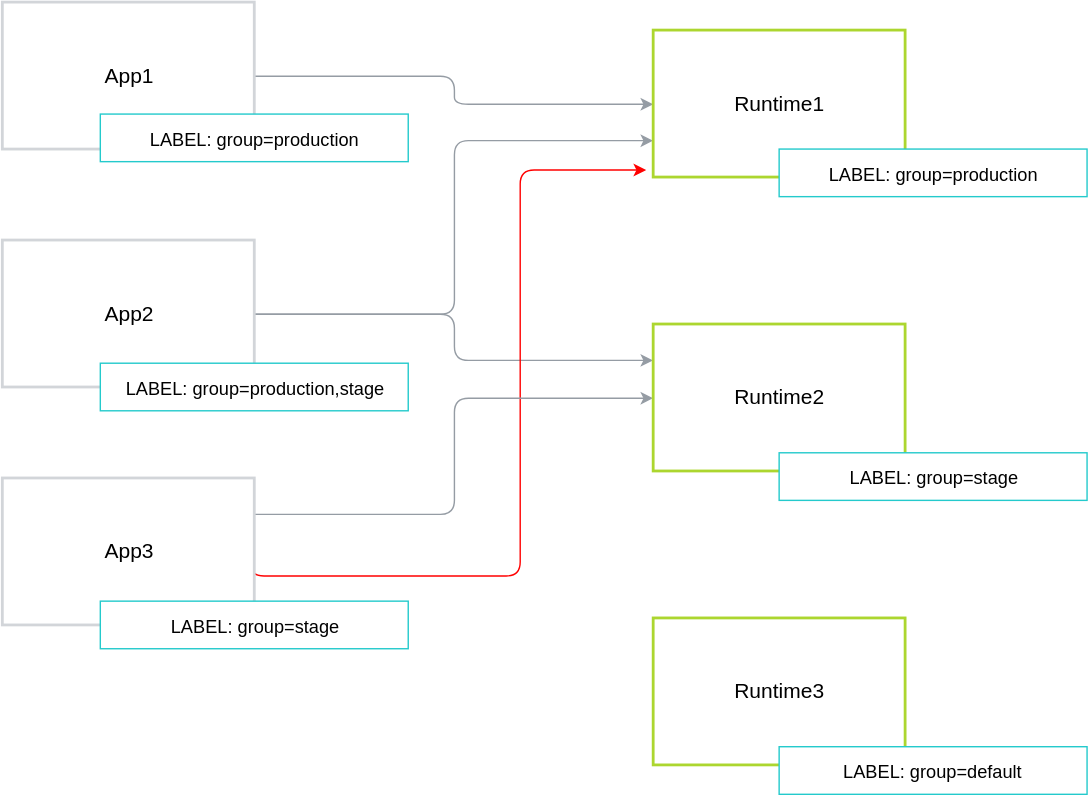
Earlier version of the draw.io export docs/architecture/assets/grouping.svg (kyma-incubator/compass). Source tidied: cells renumbered, new cells last; positions are measured from the earlier drawing's top-left corner, leaving out a move shared by most shapes.
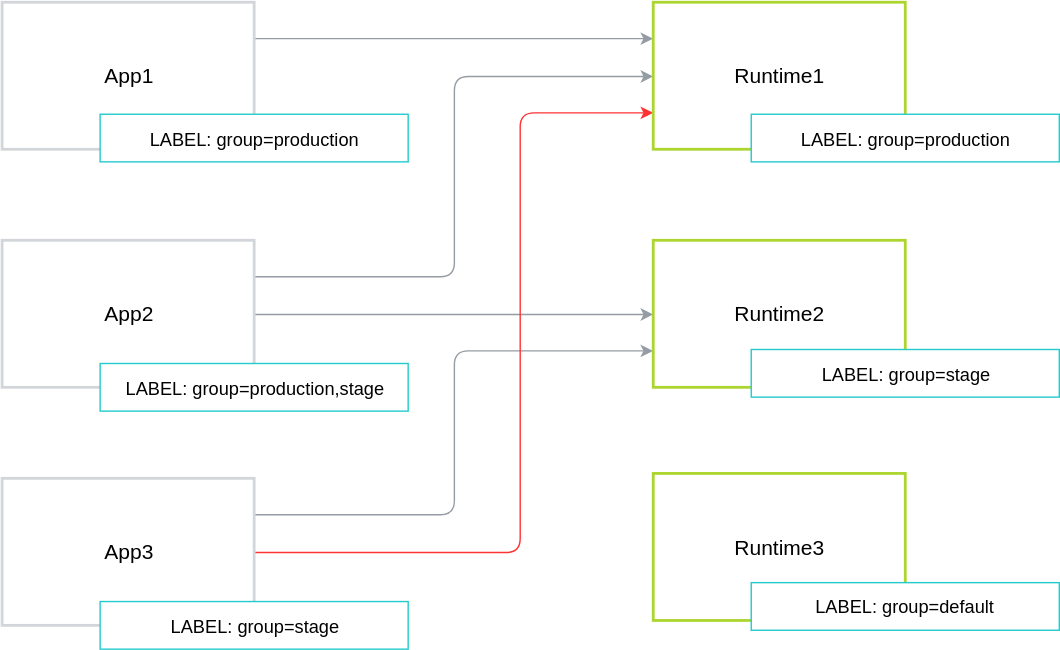
The same file after the commit.

The edit, as a diff of the source:
```diff
@@ -2,43 +2,40 @@
   <root>
     <mxCell id="0" />
     <mxCell id="1" parent="0" />
-    <mxCell id="2" style="edgeStyle=orthogonalEdgeStyle;rounded=1;jettySize=auto;html=1;exitX=1;exitY=0.5;exitDx=0;exitDy=0;entryX=0;entryY=0.5;entryDx=0;entryDy=0;fontSize=51;fontColor=#FF0000;strokeColor=#959CA4;" parent="1" edge="1" source="3" target="10">
+    <mxCell id="2" style="edgeStyle=orthogonalEdgeStyle;rounded=1;jettySize=auto;html=1;exitX=1;exitY=0.25;exitDx=0;exitDy=0;entryX=0;entryY=0.25;entryDx=0;entryDy=0;fontSize=51;fontColor=#FF0000;strokeColor=#959CA4;" parent="1" edge="1" source="3" target="10">
       <mxGeometry relative="1" as="geometry" />
     </mxCell>
     <mxCell id="3" value="&lt;font style=&quot;font-size: 15px&quot;&gt;App1&lt;/font&gt;" style="rounded=0;whiteSpace=wrap;html=1;strokeColor=#D2D5D9;strokeWidth=2;" parent="1" vertex="1">
       <mxGeometry width="180" height="105" as="geometry" />
     </mxCell>
-    <mxCell id="4" style="edgeStyle=orthogonalEdgeStyle;rounded=1;jettySize=auto;html=1;exitX=1;exitY=0.5;exitDx=0;exitDy=0;entryX=0;entryY=0.75;entryDx=0;entryDy=0;fontSize=51;fontColor=#FF0000;strokeColor=#959CA4;" parent="1" edge="1" source="6" target="10">
+    <mxCell id="4" style="edgeStyle=orthogonalEdgeStyle;jettySize=auto;html=1;exitX=1;exitY=0.25;exitDx=0;exitDy=0;entryX=0;entryY=0.5;entryDx=0;entryDy=0;strokeColor=#959CA4;rounded=1;" parent="1" edge="1" source="6" target="10">
       <mxGeometry relative="1" as="geometry" />
     </mxCell>
-    <mxCell id="5" style="edgeStyle=orthogonalEdgeStyle;rounded=1;jettySize=auto;html=1;exitX=1;exitY=0.5;exitDx=0;exitDy=0;entryX=0;entryY=0.25;entryDx=0;entryDy=0;strokeColor=#959CA4;fontSize=51;fontColor=#FF0000;" parent="1" edge="1" source="6" target="11">
+    <mxCell id="5" style="edgeStyle=orthogonalEdgeStyle;jettySize=auto;html=1;exitX=1;exitY=0.5;exitDx=0;exitDy=0;entryX=0;entryY=0.5;entryDx=0;entryDy=0;strokeColor=#959CA4;rounded=1;" parent="1" edge="1" source="6" target="11">
       <mxGeometry relative="1" as="geometry" />
     </mxCell>
     <mxCell id="6" value="&lt;font style=&quot;font-size: 15px&quot;&gt;App2&lt;/font&gt;" style="rounded=0;whiteSpace=wrap;html=1;strokeColor=#D2D5D9;strokeWidth=2;" parent="1" vertex="1">
       <mxGeometry y="170" width="180" height="105" as="geometry" />
     </mxCell>
-    <mxCell id="7" style="edgeStyle=orthogonalEdgeStyle;rounded=1;orthogonalLoop=1;jettySize=auto;html=1;exitX=1;exitY=0.5;exitDx=0;exitDy=0;fontSize=51;fontColor=#FF0000;strokeColor=#FF0000;" parent="1" edge="1">
-      <mxGeometry relative="1" as="geometry">
-        <mxPoint x="177" y="393" as="sourcePoint" />
-        <mxPoint x="460" y="120" as="targetPoint" />
-        <Array as="points">
-          <mxPoint x="177" y="410" />
-          <mxPoint x="370" y="410" />
-          <mxPoint x="370" y="120" />
-        </Array>
-      </mxGeometry>
-    </mxCell>
-    <mxCell id="8" style="edgeStyle=orthogonalEdgeStyle;rounded=1;jettySize=auto;html=1;exitX=1;exitY=0.25;exitDx=0;exitDy=0;entryX=0;entryY=0.5;entryDx=0;entryDy=0;fontSize=51;fontColor=#FF0000;strokeColor=#959CA4;" parent="1" edge="1" source="9" target="11">
+    <mxCell id="8" style="edgeStyle=orthogonalEdgeStyle;jettySize=auto;html=1;exitX=1;exitY=0.25;exitDx=0;exitDy=0;entryX=0;entryY=0.75;entryDx=0;entryDy=0;strokeColor=#959CA4;rounded=1;" parent="1" edge="1" source="9" target="11">
       <mxGeometry relative="1" as="geometry" />
     </mxCell>
+    <mxCell id="19" style="edgeStyle=orthogonalEdgeStyle;rounded=1;jettySize=auto;html=1;exitX=1;exitY=0.5;exitDx=0;exitDy=0;entryX=0;entryY=0.75;entryDx=0;entryDy=0;strokeColor=#FF3333;" parent="1" edge="1" source="9" target="10">
+      <mxGeometry relative="1" as="geometry">
+        <Array as="points">
+          <mxPoint x="370" y="393" />
+          <mxPoint x="370" y="79" />
+        </Array>
+      </mxGeometry>
+    </mxCell>
     <mxCell id="9" value="&lt;font style=&quot;font-size: 15px&quot;&gt;App3&lt;/font&gt;" style="rounded=0;whiteSpace=wrap;html=1;strokeColor=#D2D5D9;strokeWidth=2;" parent="1" vertex="1">
       <mxGeometry y="340" width="180" height="105" as="geometry" />
     </mxCell>
     <mxCell id="10" value="&lt;font style=&quot;font-size: 15px&quot;&gt;Runtime1&lt;/font&gt;" style="rounded=0;whiteSpace=wrap;html=1;strokeColor=#ACD62F;strokeWidth=2;" parent="1" vertex="1">
-      <mxGeometry x="465" y="20" width="180" height="105" as="geometry" />
+      <mxGeometry x="465" width="180" height="105" as="geometry" />
     </mxCell>
     <mxCell id="11" value="&lt;font style=&quot;font-size: 15px&quot;&gt;Runtime2&lt;/font&gt;" style="rounded=0;whiteSpace=wrap;html=1;strokeColor=#ACD62F;strokeWidth=2;" parent="1" vertex="1">
-      <mxGeometry x="465" y="230" width="180" height="105" as="geometry" />
+      <mxGeometry x="465" y="170" width="180" height="105" as="geometry" />
     </mxCell>
     <mxCell id="12" value="&lt;font style=&quot;font-size: 13px&quot;&gt;LABEL: group=production&lt;/font&gt;" style="rounded=0;whiteSpace=wrap;html=1;strokeColor=#24CACC;" parent="1" vertex="1">
       <mxGeometry x="70" y="80" width="220" height="34" as="geometry" />
@@ -50,16 +47,16 @@
       <mxGeometry x="70" y="428" width="220" height="34" as="geometry" />
     </mxCell>
     <mxCell id="15" value="&lt;font style=&quot;font-size: 13px&quot;&gt;LABEL: group=production&lt;/font&gt;" style="rounded=0;whiteSpace=wrap;html=1;strokeColor=#24CACC;" parent="1" vertex="1">
-      <mxGeometry x="555" y="105" width="220" height="34" as="geometry" />
+      <mxGeometry x="535" y="80" width="220" height="34" as="geometry" />
     </mxCell>
     <mxCell id="16" value="&lt;font style=&quot;font-size: 13px&quot;&gt;LABEL: group=stage&lt;/font&gt;" style="rounded=0;whiteSpace=wrap;html=1;strokeColor=#24CACC;" parent="1" vertex="1">
-      <mxGeometry x="555" y="322" width="220" height="34" as="geometry" />
+      <mxGeometry x="535" y="248" width="220" height="34" as="geometry" />
     </mxCell>
     <mxCell id="17" value="&lt;font style=&quot;font-size: 15px&quot;&gt;Runtime3&lt;/font&gt;" style="rounded=0;whiteSpace=wrap;html=1;strokeColor=#ACD62F;strokeWidth=2;" parent="1" vertex="1">
-      <mxGeometry x="465" y="440" width="180" height="105" as="geometry" />
+      <mxGeometry x="465" y="336.5" width="180" height="105" as="geometry" />
     </mxCell>
     <mxCell id="18" value="&lt;font style=&quot;font-size: 13px&quot;&gt;LABEL: group=default&lt;/font&gt;" style="rounded=0;whiteSpace=wrap;html=1;strokeColor=#24CACC;" parent="1" vertex="1">
-      <mxGeometry x="555" y="532" width="220" height="34" as="geometry" />
+      <mxGeometry x="535" y="414.5" width="220" height="34" as="geometry" />
     </mxCell>
   </root>
 </mxGraphModel>
```
